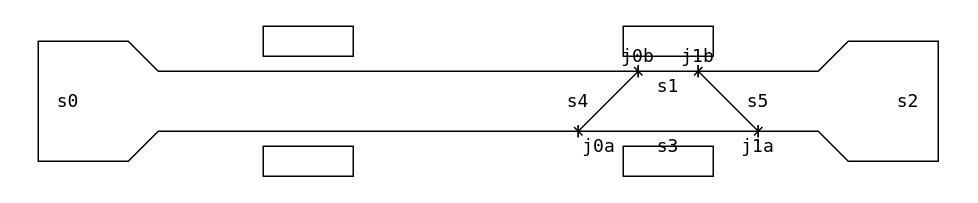
plarailers/komabasai2024-b keeps this draw.io diagram as page "v2" (1 of 2) of ptcs/docs/路線図.drawio. Above is the earlier version. Source tidied: cells renumbered, new cells numbered last; positions are measured from the earlier drawing's top-left corner, leaving out a move shared by most shapes. Both pictures are drawn from the tidied source at 150%, with x=0, y=0 at pixel (38, 26).
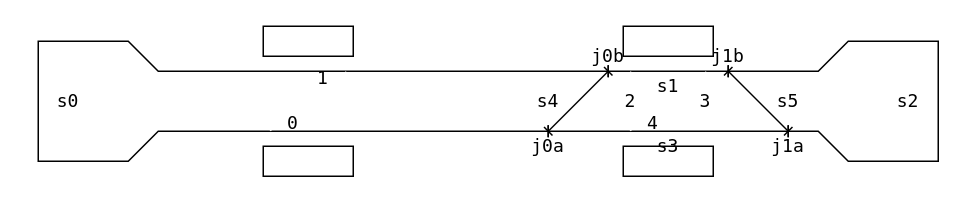
After the change.

The edit, as a diff of the source:
```diff
@@
-    <mxCell id="4" style="endArrow=baseDash;html=1;rounded=0;startArrow=baseDash;startFill=0;endFill=0;" parent="1" edge="1">
+    <mxCell id="4" style="endArrow=baseDash;html=1;rounded=0;startArrow=baseDash;startFill=0;endFill=0;exitX=0.5;exitY=1;exitDx=0;exitDy=0;" parent="1" edge="1" source="12">
       <mxGeometry relative="1" as="geometry">
-        <mxPoint x="400" y="30" as="sourcePoint" />
-        <mxPoint x="360" y="70" as="targetPoint" />
+        <mxPoint x="340" y="70" as="targetPoint" />
         <Array as="points">
           <mxPoint x="80" y="30" />
           <mxPoint x="60" y="10" />
           <mxPoint y="10" />
           <mxPoint y="90" />
           <mxPoint x="60" y="90" />
           <mxPoint x="80" y="70" />
         </Array>
       </mxGeometry>
     </mxCell>
-    <mxCell id="5" style="endArrow=baseDash;html=1;rounded=0;startArrow=baseDash;startFill=0;endFill=0;" parent="1" edge="1">
+    <mxCell id="5" style="endArrow=baseDash;html=1;rounded=0;startArrow=baseDash;startFill=0;endFill=0;entryX=0.5;entryY=0;entryDx=0;entryDy=0;" parent="1" edge="1" target="13">
       <mxGeometry relative="1" as="geometry">
-        <mxPoint x="360" y="70" as="sourcePoint" />
-        <mxPoint x="480" y="70" as="targetPoint" />
+        <mxPoint x="340" y="70" as="sourcePoint" />
       </mxGeometry>
     </mxCell>
-    <mxCell id="6" style="endArrow=baseDash;html=1;rounded=0;startArrow=baseDash;startFill=0;endFill=0;" parent="1" edge="1">
-      <mxGeometry relative="1" as="geometry">
-        <mxPoint x="400" y="30" as="sourcePoint" />
-        <mxPoint x="440" y="30" as="targetPoint" />
-      </mxGeometry>
+    <mxCell id="6" style="endArrow=baseDash;html=1;rounded=0;startArrow=baseDash;startFill=0;endFill=0;exitX=0.5;exitY=1;exitDx=0;exitDy=0;entryX=0.5;entryY=1;entryDx=0;entryDy=0;" parent="1" edge="1" source="12" target="14">
+      <mxGeometry relative="1" as="geometry" />
     </mxCell>
     <mxCell id="7" style="endArrow=baseDash;html=1;rounded=0;startArrow=baseDash;startFill=0;endFill=0;" parent="1" edge="1">
       <mxGeometry relative="1" as="geometry">
-        <mxPoint x="360" y="70" as="sourcePoint" />
-        <mxPoint x="400" y="30" as="targetPoint" />
+        <mxPoint x="340" y="70" as="sourcePoint" />
+        <mxPoint x="380" y="30" as="targetPoint" />
       </mxGeometry>
     </mxCell>
     <mxCell id="8" style="endArrow=baseDash;html=1;rounded=0;startArrow=baseDash;startFill=0;endFill=0;" parent="1" edge="1">
       <mxGeometry relative="1" as="geometry">
-        <mxPoint x="480" y="70" as="sourcePoint" />
-        <mxPoint x="440" y="30" as="targetPoint" />
+        <mxPoint x="500" y="70" as="sourcePoint" />
+        <mxPoint x="460" y="30" as="targetPoint" />
       </mxGeometry>
     </mxCell>
-    <mxCell id="9" style="endArrow=baseDash;html=1;rounded=0;startArrow=baseDash;startFill=0;endFill=0;" parent="1" edge="1">
+    <mxCell id="9" style="endArrow=baseDash;html=1;rounded=0;startArrow=baseDash;startFill=0;endFill=0;exitX=0.5;exitY=1;exitDx=0;exitDy=0;" parent="1" edge="1" source="14">
       <mxGeometry relative="1" as="geometry">
-        <mxPoint x="440" y="30" as="sourcePoint" />
-        <mxPoint x="480" y="70" as="targetPoint" />
+        <mxPoint x="500" y="70" as="targetPoint" />
         <Array as="points">
           <mxPoint x="520" y="30" />
           <mxPoint x="540" y="10" />
           <mxPoint x="600" y="10" />
           <mxPoint x="600" y="90" />
           <mxPoint x="540" y="90" />
           <mxPoint x="520" y="70" />
         </Array>
       </mxGeometry>
     </mxCell>
@@
     <mxCell id="11" value="j0a" style="text;html=1;strokeColor=none;fillColor=none;align=center;verticalAlign=middle;whiteSpace=wrap;rounded=0;fontFamily=Lucida Console;" parent="1" vertex="1">
-      <mxGeometry x="354" y="70" width="40" height="20" as="geometry" />
+      <mxGeometry x="320" y="70" width="40" height="20" as="geometry" />
     </mxCell>
     <mxCell id="12" value="j0b" style="text;html=1;strokeColor=none;fillColor=none;align=center;verticalAlign=middle;whiteSpace=wrap;rounded=0;fontFamily=Lucida Console;" parent="1" vertex="1">
-      <mxGeometry x="380" y="10" width="40" height="20" as="geometry" />
+      <mxGeometry x="360" y="10" width="40" height="20" as="geometry" />
     </mxCell>
     <mxCell id="13" value="j1a" style="text;html=1;strokeColor=none;fillColor=none;align=center;verticalAlign=middle;whiteSpace=wrap;rounded=0;fontFamily=Lucida Console;" parent="1" vertex="1">
-      <mxGeometry x="460" y="70" width="40" height="20" as="geometry" />
+      <mxGeometry x="480" y="70" width="40" height="20" as="geometry" />
     </mxCell>
     <mxCell id="14" value="j1b" style="text;html=1;strokeColor=none;fillColor=none;align=center;verticalAlign=middle;whiteSpace=wrap;rounded=0;fontFamily=Lucida Console;" parent="1" vertex="1">
-      <mxGeometry x="420" y="10" width="40" height="20" as="geometry" />
+      <mxGeometry x="440" y="10" width="40" height="20" as="geometry" />
     </mxCell>
@@
     <mxCell id="19" value="s4" style="text;html=1;strokeColor=none;fillColor=none;align=center;verticalAlign=middle;whiteSpace=wrap;rounded=0;fontFamily=Lucida Console;" parent="1" vertex="1">
-      <mxGeometry x="340" y="40" width="40" height="20" as="geometry" />
+      <mxGeometry x="320" y="40" width="40" height="20" as="geometry" />
     </mxCell>
     <mxCell id="20" value="s5" style="text;html=1;strokeColor=none;fillColor=none;align=center;verticalAlign=middle;whiteSpace=wrap;rounded=0;fontFamily=Lucida Console;" parent="1" vertex="1">
-      <mxGeometry x="460" y="40" width="40" height="20" as="geometry" />
+      <mxGeometry x="480" y="40" width="40" height="20" as="geometry" />
     </mxCell>
@@
+    <mxCell id="22" style="rhombus;whiteSpace=wrap;html=1;strokeColor=none;fillColor=#FFFFFF;" parent="1" vertex="1">
+      <mxGeometry x="150" y="60" width="10" height="10" as="geometry" />
+    </mxCell>
+    <mxCell id="23" style="rhombus;whiteSpace=wrap;html=1;strokeColor=none;fillColor=#FFFFFF;" parent="1" vertex="1">
+      <mxGeometry x="200" y="30" width="10" height="10" as="geometry" />
+    </mxCell>
+    <mxCell id="24" style="rhombus;whiteSpace=wrap;html=1;strokeColor=none;fillColor=#FFFFFF;" parent="1" vertex="1">
+      <mxGeometry x="390" y="30" width="10" height="10" as="geometry" />
+    </mxCell>
+    <mxCell id="25" style="rhombus;whiteSpace=wrap;html=1;strokeColor=none;fillColor=#FFFFFF;" parent="1" vertex="1">
+      <mxGeometry x="440" y="30" width="10" height="10" as="geometry" />
+    </mxCell>
+    <mxCell id="26" style="rhombus;whiteSpace=wrap;html=1;strokeColor=none;fillColor=#FFFFFF;" parent="1" vertex="1">
+      <mxGeometry x="390" y="60" width="10" height="10" as="geometry" />
+    </mxCell>
+    <mxCell id="27" value="0" style="text;html=1;strokeColor=none;fillColor=none;align=center;verticalAlign=middle;whiteSpace=wrap;rounded=0;fontFamily=Lucida Console;" parent="1" vertex="1">
+      <mxGeometry x="160" y="55" width="20" height="20" as="geometry" />
+    </mxCell>
+    <mxCell id="28" value="1" style="text;html=1;strokeColor=none;fillColor=none;align=center;verticalAlign=middle;whiteSpace=wrap;rounded=0;fontFamily=Lucida Console;" parent="1" vertex="1">
+      <mxGeometry x="180" y="25" width="20" height="20" as="geometry" />
+    </mxCell>
+    <mxCell id="29" value="2" style="text;html=1;strokeColor=none;fillColor=none;align=center;verticalAlign=middle;whiteSpace=wrap;rounded=0;fontFamily=Lucida Console;" parent="1" vertex="1">
+      <mxGeometry x="385" y="40" width="20" height="20" as="geometry" />
+    </mxCell>
+    <mxCell id="30" value="3" style="text;html=1;strokeColor=none;fillColor=none;align=center;verticalAlign=middle;whiteSpace=wrap;rounded=0;fontFamily=Lucida Console;" parent="1" vertex="1">
+      <mxGeometry x="435" y="40" width="20" height="20" as="geometry" />
+    </mxCell>
+    <mxCell id="31" value="4" style="text;html=1;strokeColor=none;fillColor=none;align=center;verticalAlign=middle;whiteSpace=wrap;rounded=0;fontFamily=Lucida Console;" parent="1" vertex="1">
+      <mxGeometry x="400" y="55" width="20" height="20" as="geometry" />
+    </mxCell>
```
